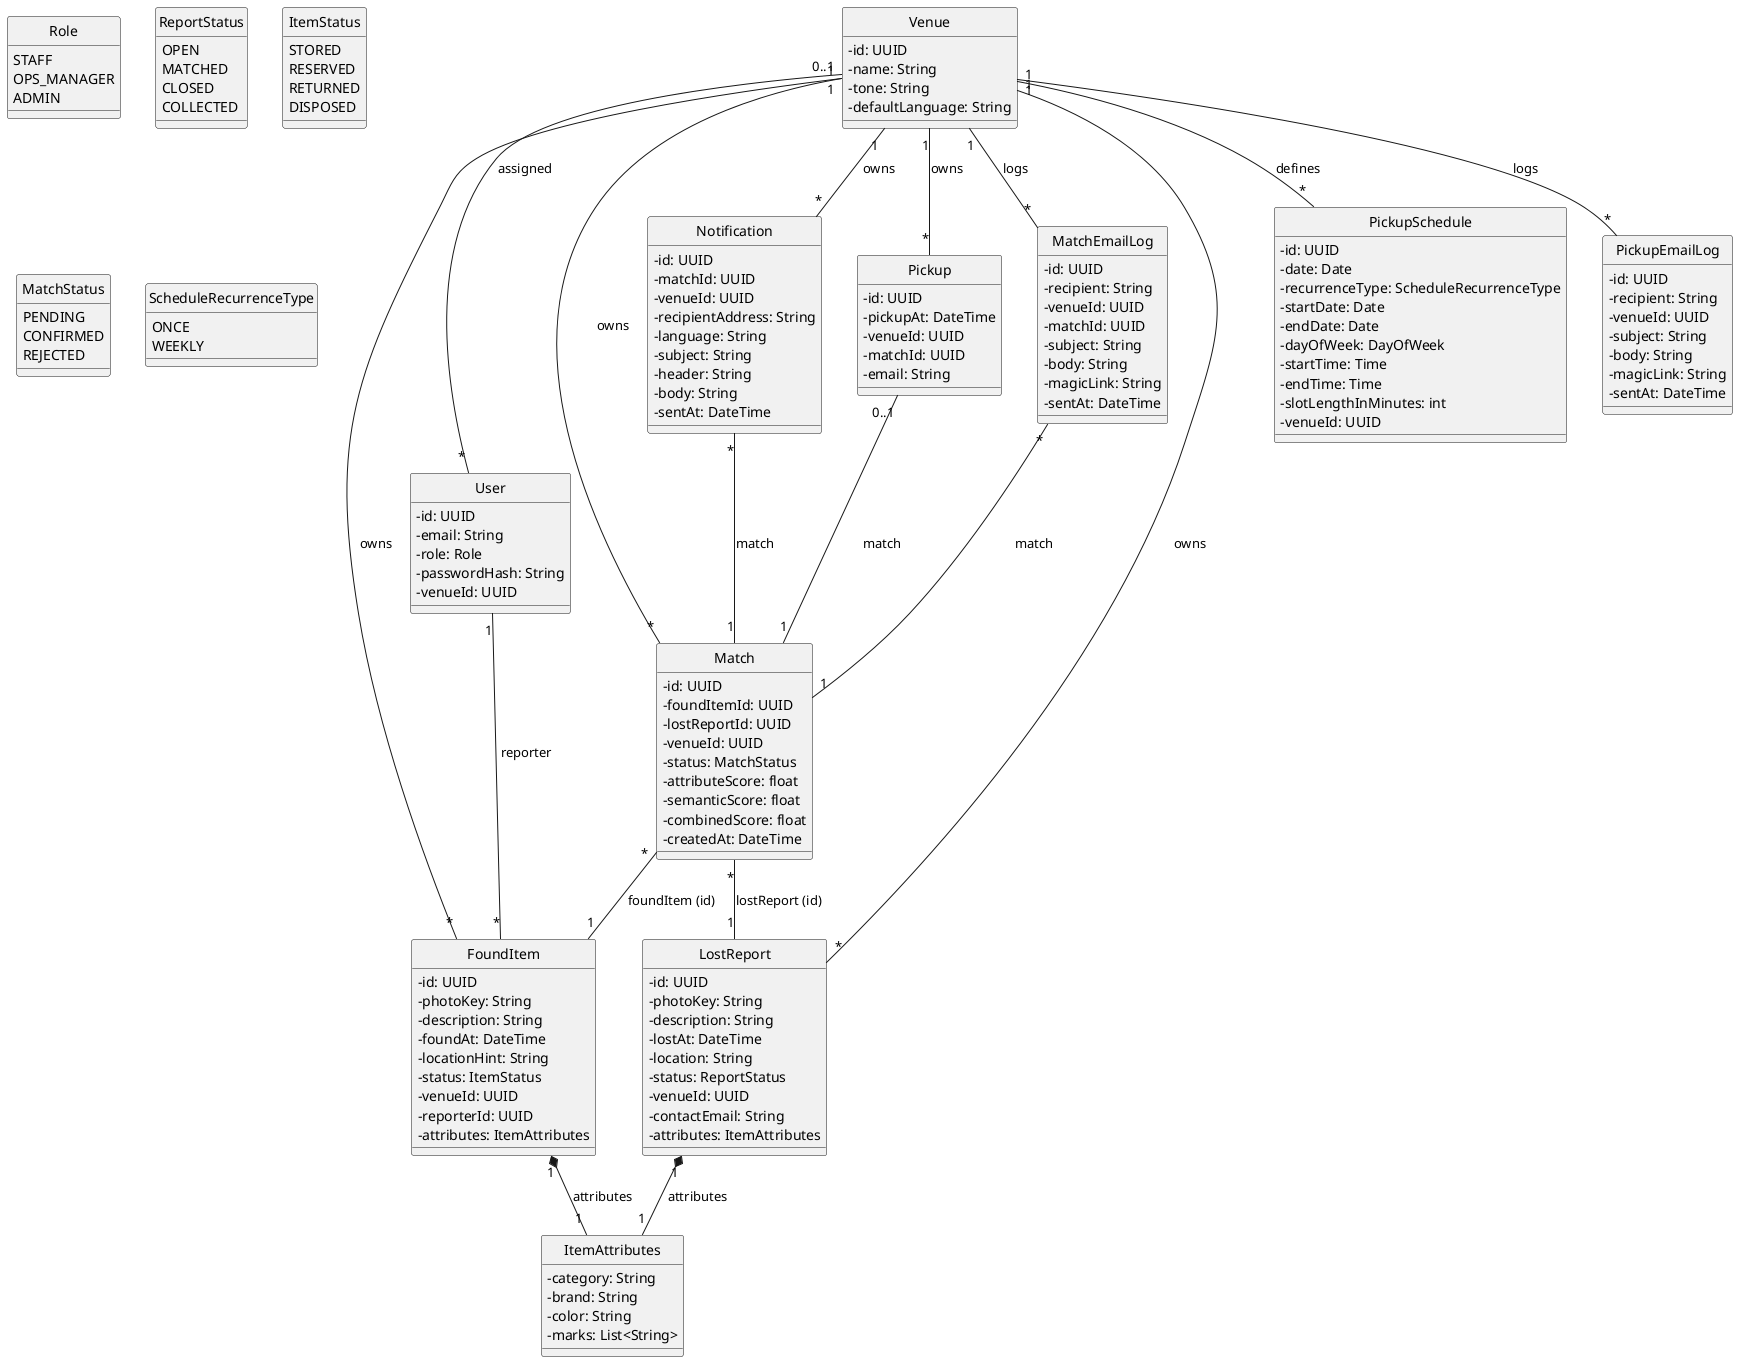
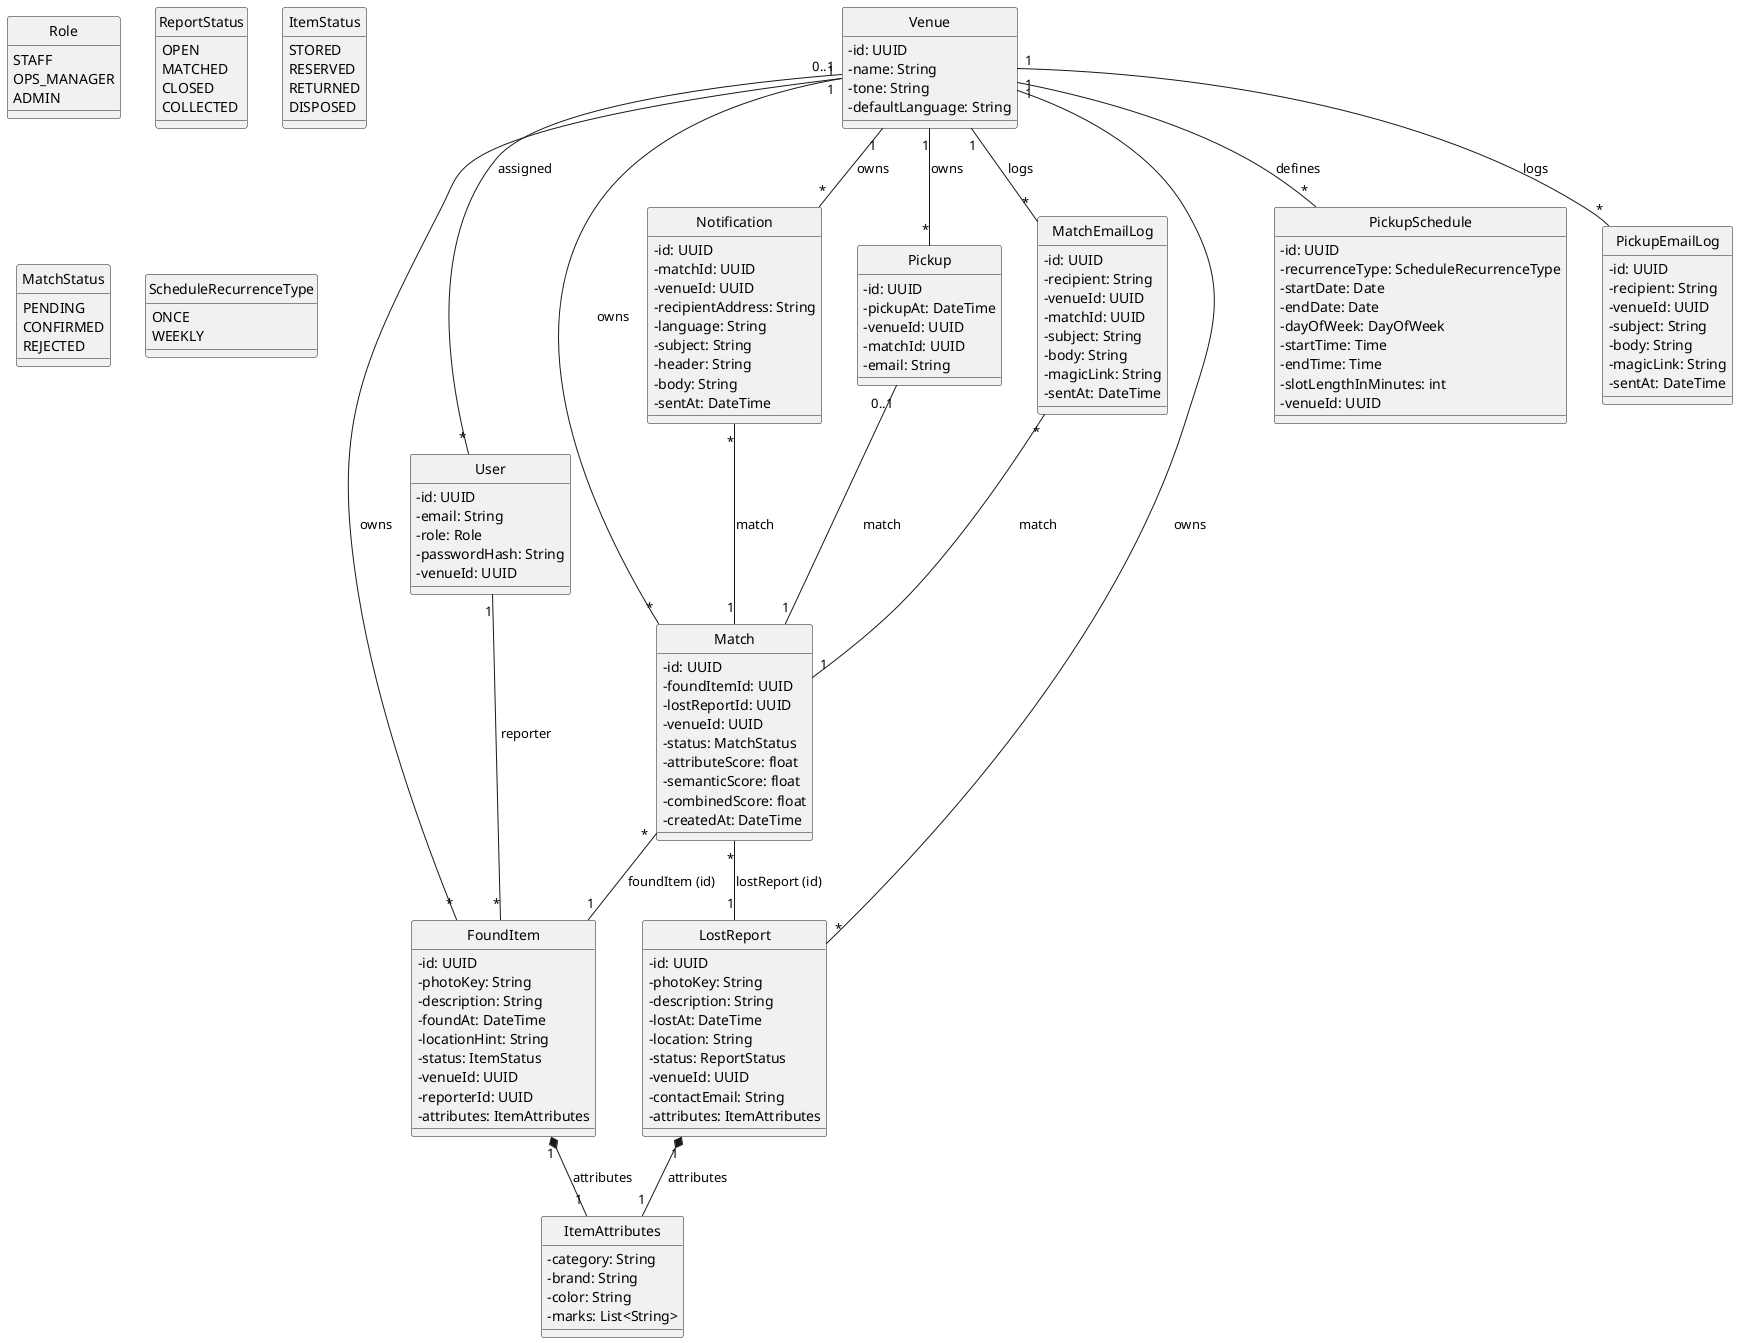
@startuml
skinparam classAttributeIconSize 0
hide circle

' Enums
enum Role {
  STAFF
  OPS_MANAGER
  ADMIN
}

enum ReportStatus {
  OPEN
  MATCHED
  CLOSED
  COLLECTED
}

enum ItemStatus {
  STORED
  RESERVED
  RETURNED
  DISPOSED
}

enum MatchStatus {
  PENDING
  CONFIRMED
  REJECTED
}

enum ScheduleRecurrenceType {
  ONCE
  WEEKLY
}

' Shared embeddable
class ItemAttributes {
  - category: String
  - brand: String
  - color: String
  - marks: List<String>
}

' Services / domain entities
class Venue {
  - id: UUID
  - name: String
  - tone: String
  - defaultLanguage: String
}

class User {
  - id: UUID
  - email: String
  - role: Role
  - passwordHash: String
  - venueId: UUID
}

class FoundItem {
  - id: UUID
  - photoKey: String
  - description: String
  - foundAt: DateTime
  - locationHint: String
  - status: ItemStatus
  - venueId: UUID
  - reporterId: UUID
  - attributes: ItemAttributes
}

class LostReport {
  - id: UUID
  - photoKey: String
  - description: String
  - lostAt: DateTime
  - location: String
  - status: ReportStatus
  - venueId: UUID
  - contactEmail: String
  - attributes: ItemAttributes
}

class Match {
  - id: UUID
  - foundItemId: UUID
  - lostReportId: UUID
  - venueId: UUID
  - status: MatchStatus
  - attributeScore: float
  - semanticScore: float
  - combinedScore: float
  - createdAt: DateTime
}

class Notification {
  - id: UUID
  - matchId: UUID
  - venueId: UUID
  - recipientAddress: String
  - language: String
  - subject: String
  - header: String
  - body: String
  - sentAt: DateTime
}

class Pickup {
  - id: UUID
  - pickupAt: DateTime
  - venueId: UUID
  - matchId: UUID
  - email: String
}

class PickupSchedule {
  - id: UUID
-   - date: Date
  - recurrenceType: ScheduleRecurrenceType
  - startDate: Date
  - endDate: Date
  - dayOfWeek: DayOfWeek
  - startTime: Time
  - endTime: Time
  - slotLengthInMinutes: int
  - venueId: UUID
}

class MatchEmailLog {
  - id: UUID
  - recipient: String
  - venueId: UUID
  - matchId: UUID
  - subject: String
  - body: String
  - magicLink: String
  - sentAt: DateTime
}

class PickupEmailLog {
  - id: UUID
  - recipient: String
  - venueId: UUID
  - subject: String
  - body: String
  - magicLink: String
  - sentAt: DateTime
}

' Associations (representational - many relations modelled by UUID references)
Venue "0..1" -- "*" User : assigned
Venue "1" -- "*" FoundItem : owns
Venue "1" -- "*" LostReport : owns
Venue "1" -- "*" Match : owns
Venue "1" -- "*" Notification : owns
Venue "1" -- "*" Pickup : owns
Venue "1" -- "*" PickupSchedule : defines
Venue "1" -- "*" MatchEmailLog : logs
Venue "1" -- "*" PickupEmailLog : logs

User "1" -- "*" FoundItem : reporter

' Embedded attribute composition
FoundItem "1" *-- "1" ItemAttributes : attributes
LostReport "1" *-- "1" ItemAttributes : attributes

' Match / Notification relations (by id refs)
Match "*" -- "1" FoundItem : foundItem (id)
Match "*" -- "1" LostReport : lostReport (id)
Notification "*" -- "1" Match : match
Pickup "0..1" -- "1" Match : match
MatchEmailLog "*" -- "1" Match : match

@enduml
